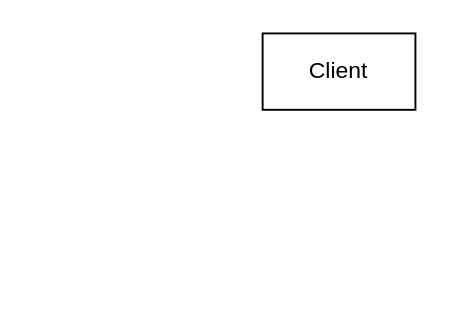
Before: 设计模式/C语言设计模式/迭代器模式.drawio in zhouyuming/MyNotes, a draw.io diagram. Source tidied: cells renumbered, new cells numbered last; positions are measured from the earlier drawing's top-left corner, leaving out a move shared by most shapes. Both pictures are drawn from the tidied source at 191%, with x=0, y=0 at pixel (262, 32).
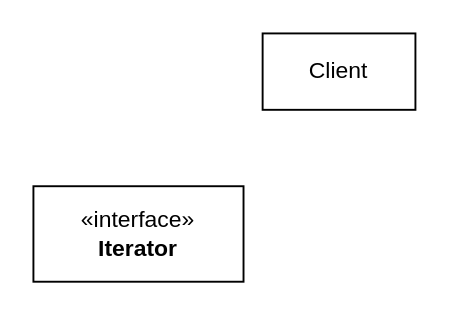
Above is the later version.

Commit message (it also covers changes not shown here):
更新迭代器模式.drawio

What changed in the source:
```diff
@@
 <mxGraphModel>
   <root>
     <mxCell id="0" />
     <mxCell id="1" parent="0" />
     <mxCell id="2" value="Client" style="html=1;whiteSpace=wrap;" parent="1" vertex="1">
       <mxGeometry width="80" height="40" as="geometry" />
     </mxCell>
+    <mxCell id="3" value="«interface»&lt;br&gt;&lt;b&gt;Iterator&lt;/b&gt;" style="html=1;whiteSpace=wrap;" parent="1" vertex="1">
+      <mxGeometry x="-120" y="80" width="110" height="50" as="geometry" />
+    </mxCell>
   </root>
 </mxGraphModel>
```
